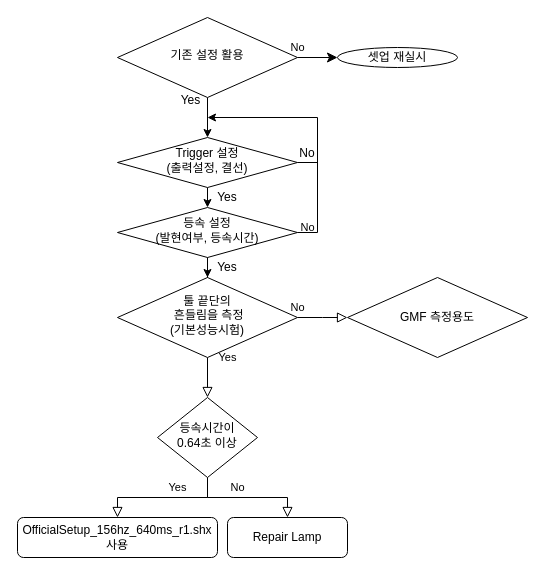
Before: Untitled Diagram.drawio in 0307lee/test01, a draw.io diagram. Source tidied: cells renumbered, new cells numbered last; positions are measured from the earlier drawing's top-left corner, leaving out a move shared by most shapes. Both pictures are drawn from the tidied source at 100%, with x=0, y=0 at pixel (17, 17).
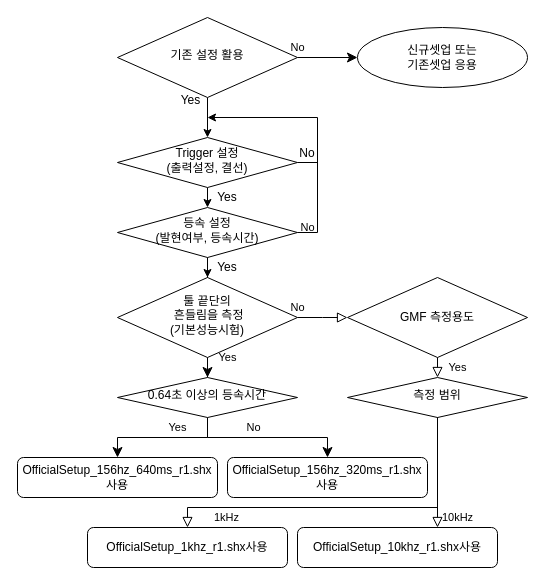
The same page after the edit.

Commit message:
Update Untitled Diagram.drawio _설정관련파악

Unchanged cells that the change refers to:
```xml
<mxCell id="4" value="툴 끝단의&lt;br&gt;&amp;nbsp;흔들림을 측정&lt;br&gt;(기본성능시험)" style="rhombus;whiteSpace=wrap;html=1;shadow=0;fontFamily=Helvetica;fontSize=12;align=center;strokeWidth=1;spacing=6;spacingTop=-4;" parent="1" vertex="1">
  <mxGeometry x="100" y="260" width="180" height="80" as="geometry" />
</mxCell>
```

The edit, as a diff of the source:
```diff
@@
-    <mxCell id="2" value="Yes" style="rounded=0;html=1;jettySize=auto;fontSize=11;endArrow=block;endFill=0;endSize=8;strokeWidth=1;shadow=0;labelBackgroundColor=none;edgeStyle=orthogonalEdgeStyle;" parent="1" edge="1" source="4" target="7">
+    <mxCell id="2" value="Yes" style="rounded=0;html=1;jettySize=auto;fontSize=11;endArrow=classic;endFill=1;endSize=8;strokeWidth=1;shadow=0;labelBackgroundColor=none;edgeStyle=orthogonalEdgeStyle;" parent="1" edge="1" source="4" target="7">
       <mxGeometry x="-1" y="20" relative="1" as="geometry" />
     </mxCell>
@@
-    <mxCell id="5" value="No" style="rounded=0;html=1;jettySize=auto;fontSize=11;endArrow=block;endFill=0;endSize=8;strokeWidth=1;shadow=0;labelBackgroundColor=none;edgeStyle=orthogonalEdgeStyle;" parent="1" edge="1" source="7" target="8">
+    <mxCell id="5" value="No" style="rounded=0;html=1;jettySize=auto;fontSize=11;endArrow=classic;endFill=1;endSize=8;strokeWidth=1;shadow=0;labelBackgroundColor=none;edgeStyle=orthogonalEdgeStyle;" parent="1" edge="1" source="7" target="8">
       <mxGeometry x="-0.17" y="10" relative="1" as="geometry" />
     </mxCell>
-    <mxCell id="6" value="Yes" style="edgeStyle=orthogonalEdgeStyle;rounded=0;html=1;jettySize=auto;fontSize=11;endArrow=block;endFill=0;endSize=8;strokeWidth=1;shadow=0;labelBackgroundColor=none;" parent="1" edge="1" source="7" target="9">
+    <mxCell id="6" value="Yes" style="edgeStyle=orthogonalEdgeStyle;rounded=0;html=1;jettySize=auto;fontSize=11;endArrow=classic;endFill=1;endSize=8;strokeWidth=1;shadow=0;labelBackgroundColor=none;" parent="1" edge="1" source="7" target="9">
       <mxGeometry x="-0.23" y="-10" relative="1" as="geometry" />
     </mxCell>
-    <mxCell id="7" value="등속시간이&lt;br&gt;0.64초 이상" style="rhombus;whiteSpace=wrap;html=1;shadow=0;fontFamily=Helvetica;fontSize=12;align=center;strokeWidth=1;spacing=6;spacingTop=-4;" parent="1" vertex="1">
-      <mxGeometry x="140" y="380" width="100" height="80" as="geometry" />
+    <mxCell id="7" value="0.64초 이상의 등속시간" style="rhombus;whiteSpace=wrap;html=1;shadow=0;fontFamily=Helvetica;fontSize=12;align=center;strokeWidth=1;spacing=6;spacingTop=-4;" parent="1" vertex="1">
+      <mxGeometry x="100" y="360" width="180" height="40" as="geometry" />
     </mxCell>
-    <mxCell id="8" value="Repair Lamp" style="rounded=1;whiteSpace=wrap;html=1;fontSize=12;glass=0;strokeWidth=1;shadow=0;" parent="1" vertex="1">
-      <mxGeometry x="210" y="500" width="120" height="40" as="geometry" />
+    <mxCell id="8" value="OfficialSetup_156hz_320ms_r1.shx사용" style="rounded=1;whiteSpace=wrap;html=1;fontSize=12;glass=0;strokeWidth=1;shadow=0;" parent="1" vertex="1">
+      <mxGeometry x="210" y="440" width="200" height="40" as="geometry" />
     </mxCell>
     <mxCell id="9" value="OfficialSetup_156hz_640ms_r1.shx사용" style="rounded=1;whiteSpace=wrap;html=1;fontSize=12;glass=0;strokeWidth=1;shadow=0;" parent="1" vertex="1">
-      <mxGeometry y="500" width="200" height="40" as="geometry" />
+      <mxGeometry y="440" width="200" height="40" as="geometry" />
     </mxCell>
@@
-    <mxCell id="24" value="셋업 재실시" style="ellipse;whiteSpace=wrap;html=1;rounded=0;" parent="1" vertex="1">
-      <mxGeometry x="320" y="30" width="120" height="20" as="geometry" />
+    <mxCell id="24" value="신규셋업 또는&lt;br&gt;기존셋업 응용" style="ellipse;whiteSpace=wrap;html=1;rounded=0;" parent="1" vertex="1">
+      <mxGeometry x="340" y="10" width="170" height="60" as="geometry" />
     </mxCell>
+    <mxCell id="25" value="측정 범위" style="rhombus;whiteSpace=wrap;html=1;shadow=0;fontFamily=Helvetica;fontSize=12;align=center;strokeWidth=1;spacing=6;spacingTop=-4;" parent="1" vertex="1">
+      <mxGeometry x="330" y="360" width="180" height="40" as="geometry" />
+    </mxCell>
+    <mxCell id="26" value="Yes" style="rounded=0;html=1;jettySize=auto;fontSize=11;endArrow=block;endFill=0;endSize=8;strokeWidth=1;shadow=0;labelBackgroundColor=none;edgeStyle=orthogonalEdgeStyle;entryX=0.5;entryY=0;entryDx=0;entryDy=0;" parent="1" edge="1" target="25">
+      <mxGeometry y="20" relative="1" as="geometry">
+        <mxPoint x="420" y="340" as="sourcePoint" />
+      </mxGeometry>
+    </mxCell>
+    <mxCell id="27" value="OfficialSetup_10khz_r1.shx사용" style="rounded=1;whiteSpace=wrap;html=1;fontSize=12;glass=0;strokeWidth=1;shadow=0;" parent="1" vertex="1">
+      <mxGeometry x="280" y="510" width="200" height="40" as="geometry" />
+    </mxCell>
+    <mxCell id="28" value="OfficialSetup_1khz_r1.shx사용" style="rounded=1;whiteSpace=wrap;html=1;fontSize=12;glass=0;strokeWidth=1;shadow=0;" parent="1" vertex="1">
+      <mxGeometry x="70" y="510" width="200" height="40" as="geometry" />
+    </mxCell>
+    <mxCell id="29" value="1kHz" style="edgeStyle=orthogonalEdgeStyle;rounded=0;html=1;jettySize=auto;fontSize=11;endArrow=block;endFill=0;endSize=8;strokeWidth=1;shadow=0;labelBackgroundColor=none;" parent="1" edge="1" source="25" target="28">
+      <mxGeometry x="0.67" y="10" relative="1" as="geometry">
+        <Array as="points">
+          <mxPoint x="420" y="490" />
+          <mxPoint x="170" y="490" />
+        </Array>
+      </mxGeometry>
+    </mxCell>
+    <mxCell id="30" value="10kHz" style="rounded=0;html=1;jettySize=auto;fontSize=11;endArrow=block;endFill=0;endSize=8;strokeWidth=1;shadow=0;labelBackgroundColor=none;edgeStyle=orthogonalEdgeStyle;exitX=0.5;exitY=1;exitDx=0;exitDy=0;" parent="1" edge="1" source="25" target="27">
+      <mxGeometry x="0.82" y="20" relative="1" as="geometry">
+        <Array as="points">
+          <mxPoint x="420" y="480" />
+          <mxPoint x="420" y="480" />
+        </Array>
+      </mxGeometry>
+    </mxCell>
```
